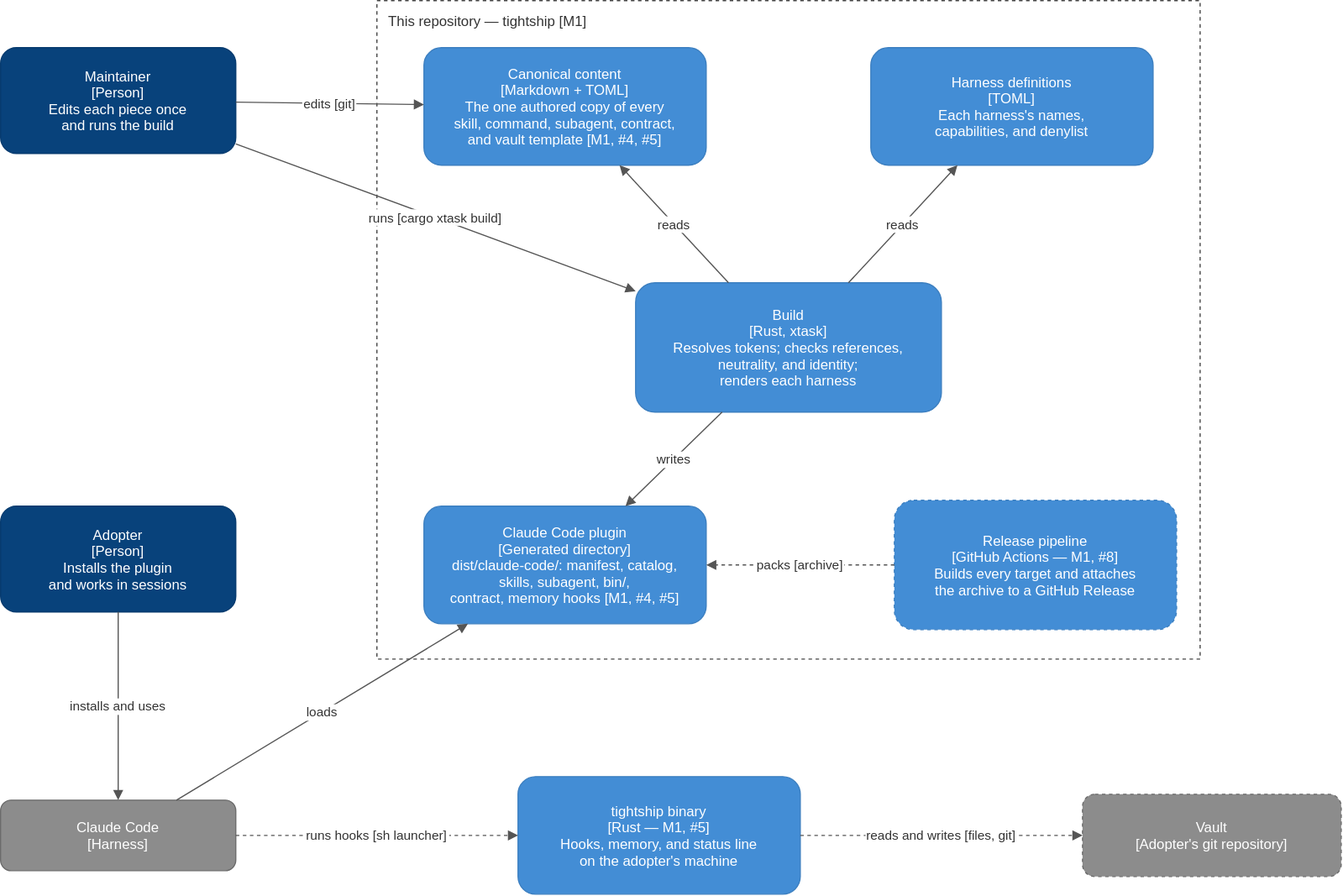
The draw.io diagram docs/architecture/diagrams/containers.drawio.svg in ATNexusLab/tightship, before a commit. Source tidied: cells renumbered, new cells last; positions are measured from the earlier drawing's top-left corner, leaving out a move shared by most shapes.
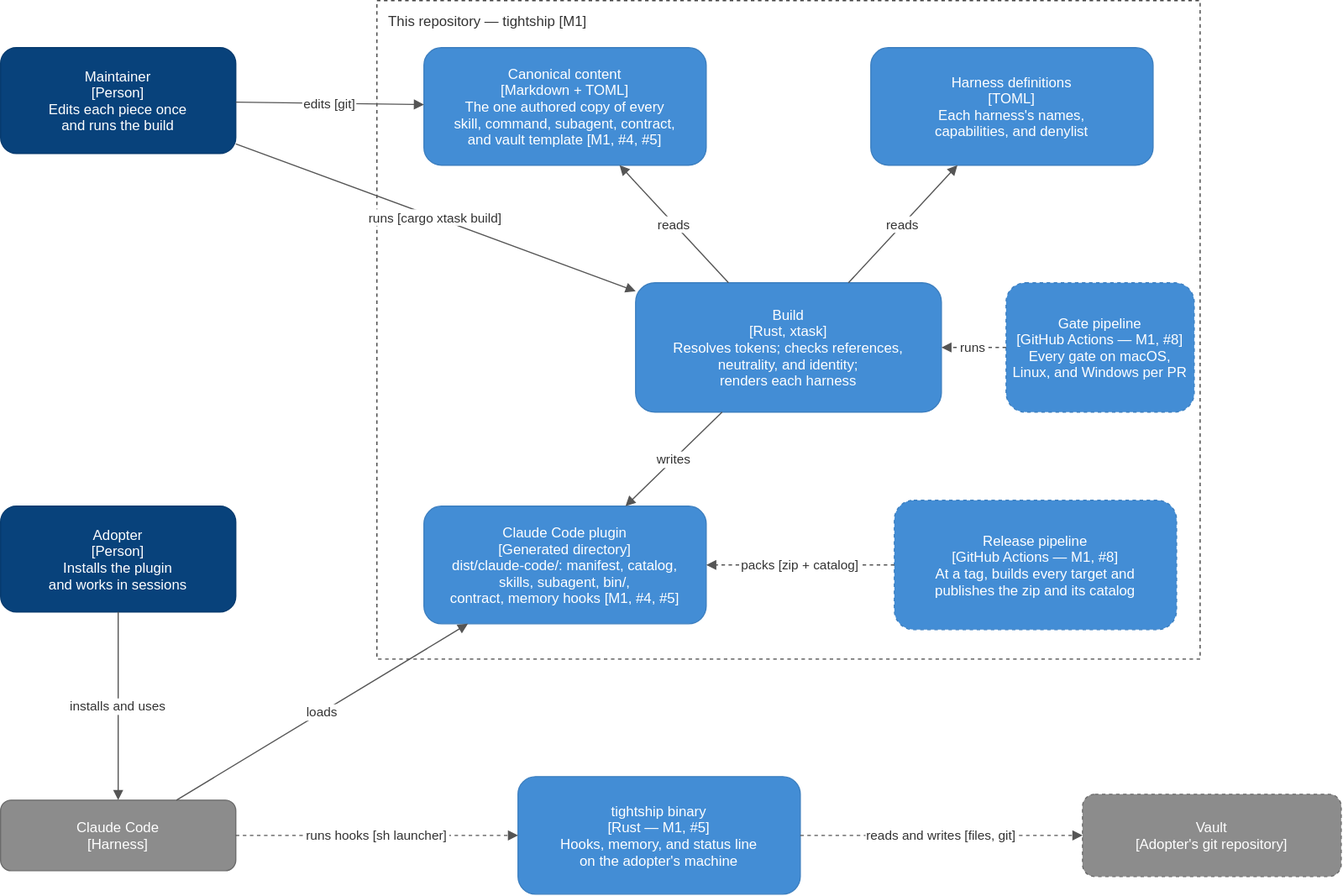
Above is the later version.

Diff of the diagram source:
```diff
@@ -20,9 +20,12 @@
     <mxCell id="7" value="Claude Code plugin&#10;[Generated directory]&#10;dist/claude-code/: manifest, catalog,&#10;skills, subagent, bin/,&#10;contract, memory hooks [M1, #4, #5]" style="rounded=1;fillColor=#438dd5;fontColor=#ffffff;strokeColor=#3c7fc0;fontSize=12;html=0;" parent="1" vertex="1">
       <mxGeometry x="360" y="430" width="240" height="100" as="geometry" />
     </mxCell>
-    <mxCell id="8" value="Release pipeline&#10;[GitHub Actions — M1, #8]&#10;Builds every target and attaches&#10;the archive to a GitHub Release" style="rounded=1;fillColor=#438dd5;fontColor=#ffffff;strokeColor=#3c7fc0;fontSize=12;html=0;dashed=1;" parent="1" vertex="1">
+    <mxCell id="8" value="Release pipeline&#10;[GitHub Actions — M1, #8]&#10;At a tag, builds every target and&#10;publishes the zip and its catalog" style="rounded=1;fillColor=#438dd5;fontColor=#ffffff;strokeColor=#3c7fc0;fontSize=12;html=0;dashed=1;" parent="1" vertex="1">
       <mxGeometry x="760" y="425" width="240" height="110" as="geometry" />
     </mxCell>
+    <mxCell id="23" value="Gate pipeline&#10;[GitHub Actions — M1, #8]&#10;Every gate on macOS,&#10;Linux, and Windows per PR" style="rounded=1;fillColor=#438dd5;fontColor=#ffffff;strokeColor=#3c7fc0;fontSize=12;html=0;dashed=1;" parent="1" vertex="1">
+      <mxGeometry x="855" y="240" width="160" height="110" as="geometry" />
+    </mxCell>
     <mxCell id="9" value="Adopter&#10;[Person]&#10;Installs the plugin&#10;and works in sessions" style="rounded=1;fillColor=#08427b;fontColor=#ffffff;strokeColor=#073b6f;fontSize=12;html=0;" parent="1" vertex="1">
       <mxGeometry y="430" width="200" height="90" as="geometry" />
     </mxCell>
@@ -50,7 +53,7 @@
     <mxCell id="17" value="writes" style="endArrow=block;html=0;fontSize=11;fontColor=#333333;strokeColor=#555555;rounded=0;" parent="1" edge="1" source="6" target="7">
       <mxGeometry relative="1" as="geometry" />
     </mxCell>
-    <mxCell id="18" value="packs [archive]" style="endArrow=block;html=0;fontSize=11;fontColor=#333333;strokeColor=#555555;rounded=0;dashed=1;" parent="1" edge="1" source="8" target="7">
+    <mxCell id="18" value="packs [zip + catalog]" style="endArrow=block;html=0;fontSize=11;fontColor=#333333;strokeColor=#555555;rounded=0;dashed=1;" parent="1" edge="1" source="8" target="7">
       <mxGeometry relative="1" as="geometry" />
     </mxCell>
     <mxCell id="19" value="installs and uses" style="endArrow=block;html=0;fontSize=11;fontColor=#333333;strokeColor=#555555;rounded=0;" parent="1" edge="1" source="9" target="10">
@@ -65,5 +68,8 @@
     <mxCell id="22" value="reads and writes [files, git]" style="endArrow=block;html=0;fontSize=11;fontColor=#333333;strokeColor=#555555;rounded=0;dashed=1;" parent="1" edge="1" source="11" target="12">
       <mxGeometry relative="1" as="geometry" />
     </mxCell>
+    <mxCell id="24" value="runs" style="endArrow=block;html=0;fontSize=11;fontColor=#333333;strokeColor=#555555;rounded=0;dashed=1;" parent="1" edge="1" source="23" target="6">
+      <mxGeometry relative="1" as="geometry" />
+    </mxCell>
   </root>
 </mxGraphModel>
```
